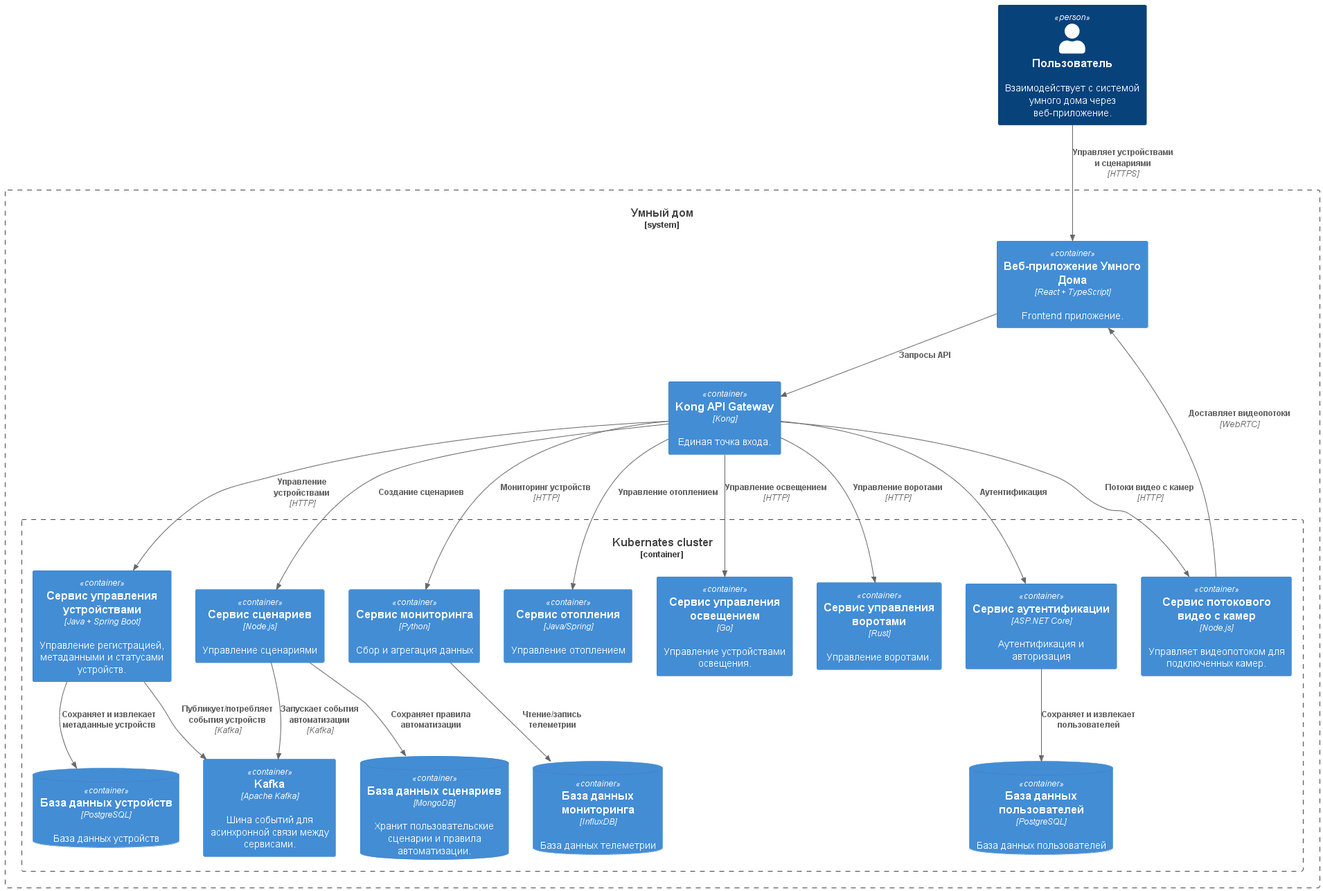
ZhurkinAngular/Warmhouse keeps this PlantUML diagram as task2/Container.png. Above is the earlier version.
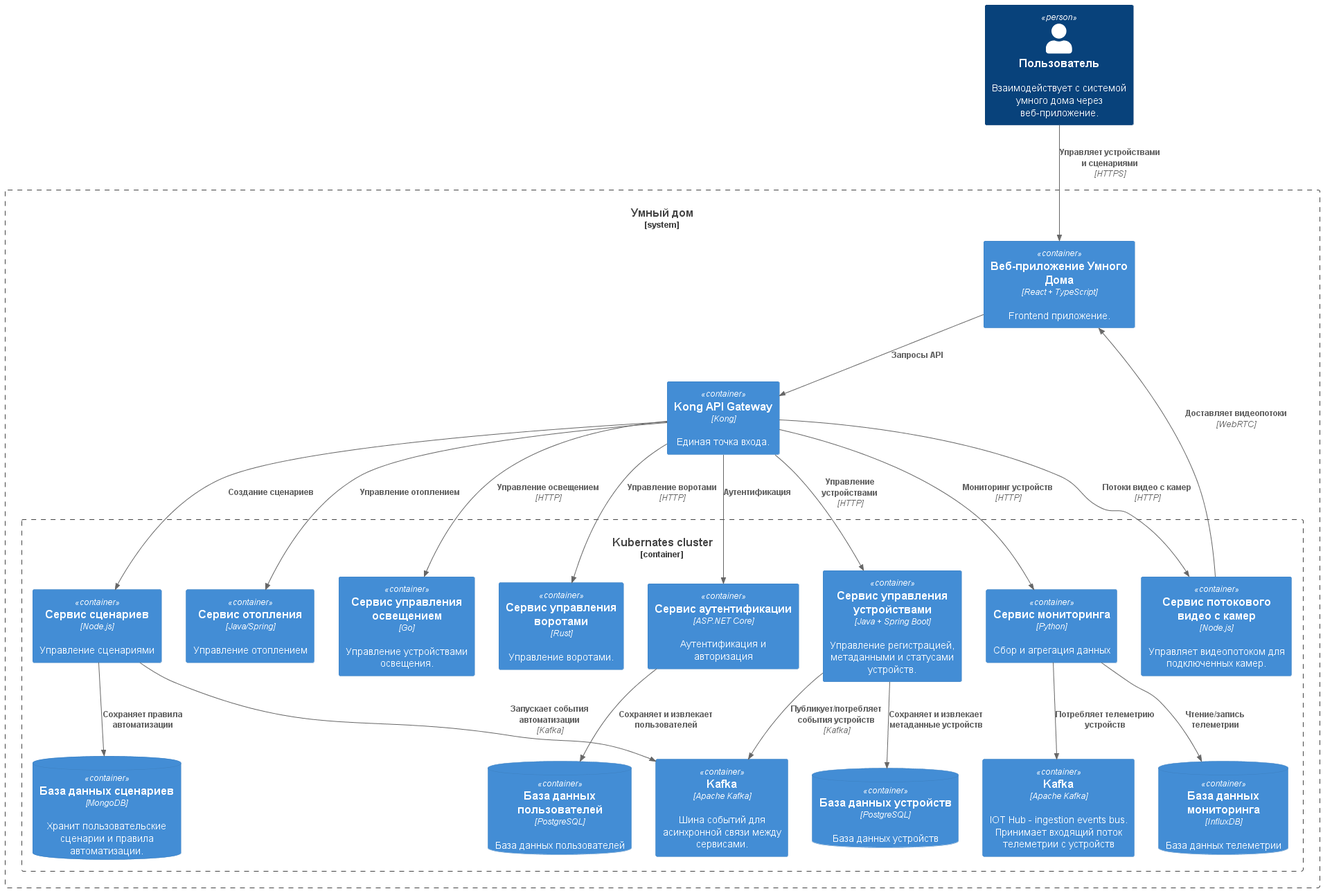
The same file after the commit.

The edit, as a diff of the source:
```diff
@@ -21,6 +21,7 @@
         Container(lightingControl, "Сервис управления освещением", "Go", "Управление устройствами освещения.")
         Container(gateControl, "Сервис управления воротами", "Rust", "Управление воротами.")
         Container(kafka, "Kafka", "Apache Kafka", "Шина событий для асинхронной связи между сервисами.")
+        Container(iothub, "Kafka", "Apache Kafka", "IOT Hub - ingestion events bus. Принимает входящий поток телеметрии с устройств")
     }
 
     Rel(webUser, webApp, "Управляет устройствами и сценариями", "HTTPS")
@@ -36,7 +37,7 @@
 
     Rel(deviceManagement, kafka, "Публикует/потребляет события устройств", "Kafka")
     Rel(scenarioService, kafka, "Запускает события автоматизации", "Kafka")
-
+    Rel(monitoringService, iothub, "Потребляет телеметрию устройств")
     Rel(scenarioService, scenariosDb, "Сохраняет правила автоматизации")
     Rel(monitoringService, monitoringDb, "Чтение/запись телеметрии")
     Rel(deviceManagement, devicesDb, "Сохраняет и извлекает метаданные устройств")
```
